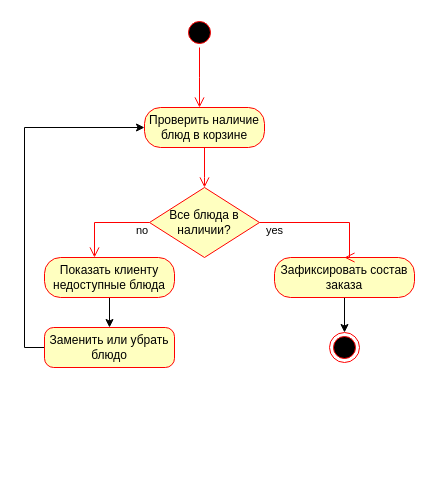
Before: lab1/diagrams/activity.drawio in DianaKorostelkina/visual-programming-labs-Korostelkina, a draw.io diagram. Source tidied: cells renumbered, new cells numbered last; positions are measured from the earlier drawing's top-left corner, leaving out a move shared by most shapes. Both pictures are drawn from the tidied source at 100%, with x=0, y=0 at pixel (44, 17).
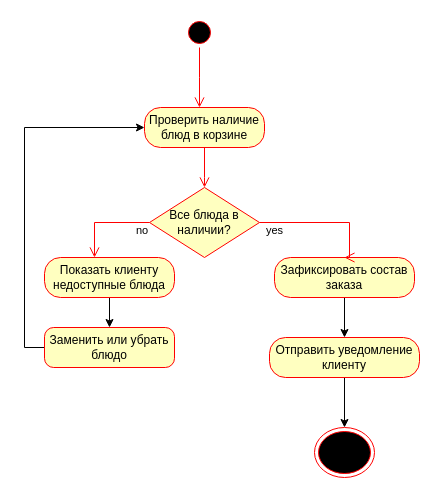
After the change.

Commit message (it also covers changes not shown here):
Update UML Activity: add minor element

Unchanged cells that the change refers to:
```xml
<mxCell id="14" value="Зафиксировать состав заказа" style="rounded=1;whiteSpace=wrap;html=1;arcSize=40;fontColor=#000000;fillColor=#ffffc0;strokeColor=#ff0000;" parent="1" vertex="1">
  <mxGeometry x="230" y="240" width="140" height="40" as="geometry" />
</mxCell>
```

Change to the diagram source:
```diff
@@
     <mxCell id="8" style="ellipse;html=1;shape=endState;fillColor=#000000;strokeColor=#ff0000;" parent="1" vertex="1">
-      <mxGeometry x="285" y="315" width="30" height="30" as="geometry" />
+      <mxGeometry x="270" y="410" width="60" height="50" as="geometry" />
     </mxCell>
@@
-    <mxCell id="13" style="edgeStyle=orthogonalEdgeStyle;rounded=0;jettySize=auto;html=1;exitX=0.5;exitY=1;exitDx=0;exitDy=0;entryX=0.5;entryY=0;entryDx=0;entryDy=0;" parent="1" edge="1" source="14" target="8">
-      <mxGeometry relative="1" as="geometry" />
+    <mxCell id="13" style="edgeStyle=orthogonalEdgeStyle;rounded=0;jettySize=auto;html=1;exitX=0.5;exitY=1;exitDx=0;exitDy=0;entryX=0.5;entryY=0;entryDx=0;entryDy=0;" parent="1" edge="1" source="14" target="17">
+      <mxGeometry x="-0.22" relative="1" as="geometry" />
     </mxCell>
@@
+    <mxCell id="16" style="edgeStyle=orthogonalEdgeStyle;rounded=0;jettySize=auto;html=1;exitX=0.5;exitY=1;exitDx=0;exitDy=0;entryX=0.5;entryY=0;entryDx=0;entryDy=0;defaultLabelBackgroundColor=page;" parent="1" edge="1" source="17" target="8">
+      <mxGeometry relative="1" as="geometry" />
+    </mxCell>
+    <mxCell id="17" value="Отправить уведомление клиенту" style="rounded=1;whiteSpace=wrap;html=1;arcSize=40;fontColor=#000000;fillColor=#ffffc0;strokeColor=#ff0000;" parent="1" vertex="1">
+      <mxGeometry x="225" y="320" width="150" height="40" as="geometry" />
+    </mxCell>
```
